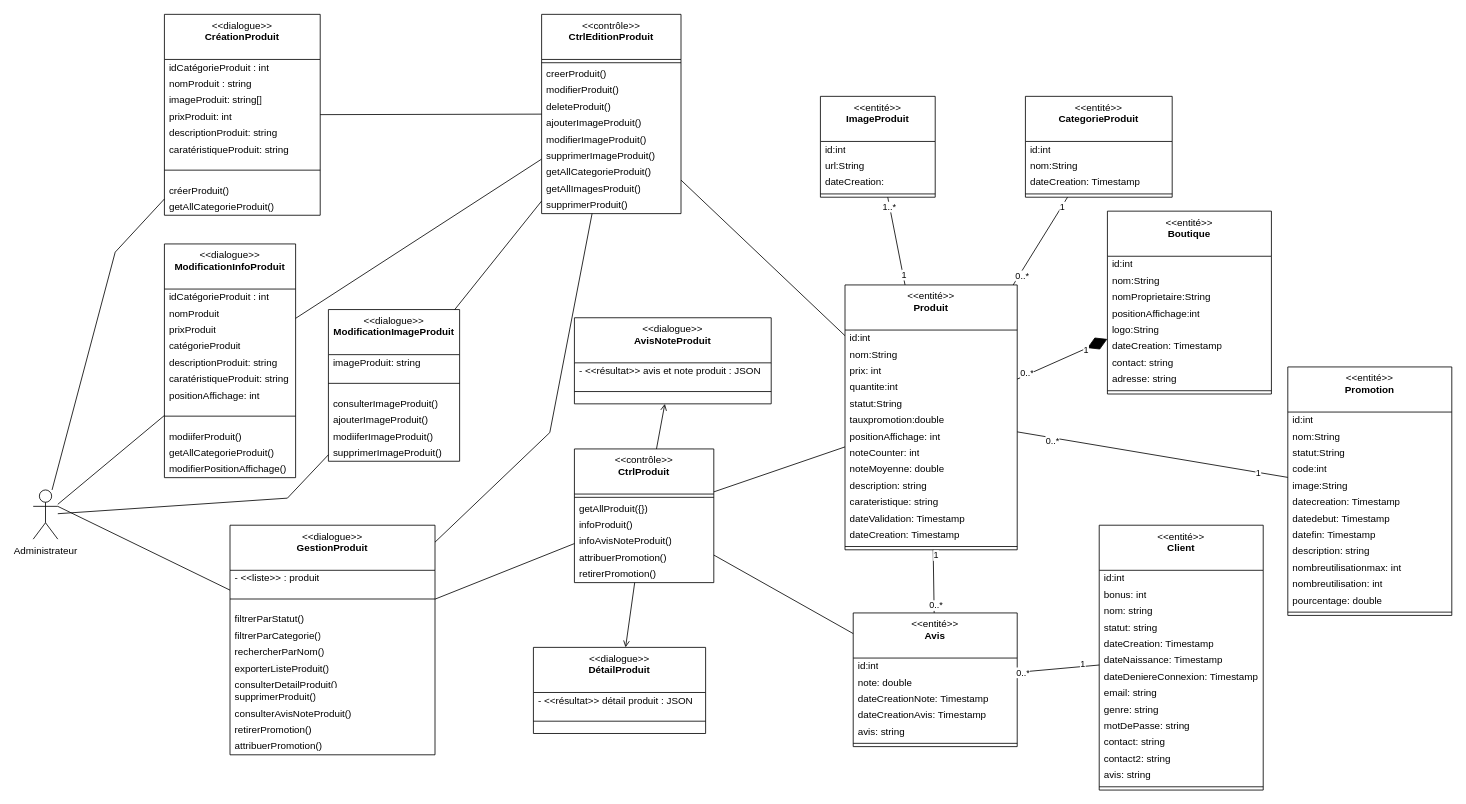
kbvac/Diagramme-UML keeps this draw.io diagram as page "DCP-2-GESTION-DES-UTLISATEURS" (9 of 9) of Diagramme cas d'utiilisation katina.drawio. Above is the earlier version. Source tidied: cells renumbered, new cells numbered last; positions are measured from the earlier drawing's top-left corner, leaving out a move shared by most shapes. Both pictures are drawn from the tidied source at 82%, with x=0, y=0 at pixel (33, 14).
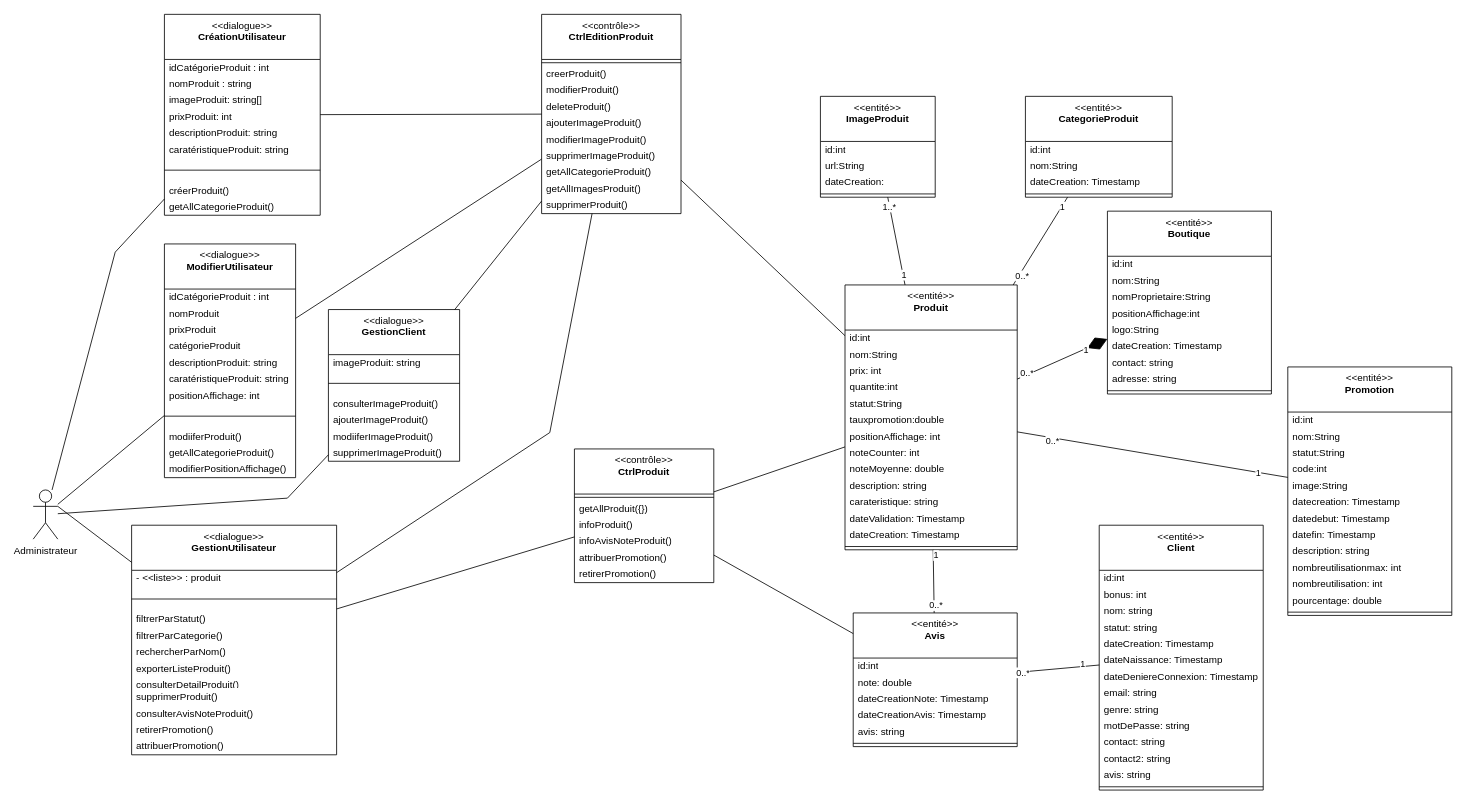
The same diagram, later.

Commit message (it also covers changes not shown here):
Mettre à jour Diagramme cas d'utiilisation katina.drawio

Unchanged cells that the change refers to:
```xml
<mxCell id="15" value="&amp;lt;&amp;lt;contrôle&amp;gt;&amp;gt;&lt;br&gt;&lt;b&gt;CtrlProduit&lt;/b&gt;" style="swimlane;fontStyle=0;align=center;verticalAlign=top;horizontal=1;startSize=55;html=1;whiteSpace=wrap;" parent="1" vertex="1">
  <mxGeometry x="660" y="530" width="170" height="163" as="geometry" />
</mxCell>
```

What changed in the source:
```diff
@@
-    <mxCell id="3" value="&amp;lt;&amp;lt;dialogue&amp;gt;&amp;gt;&lt;br&gt;&lt;b&gt;GestionProduit&lt;br&gt;&lt;/b&gt;" style="swimlane;fontStyle=0;align=center;verticalAlign=top;horizontal=1;startSize=55;html=1;whiteSpace=wrap;" parent="1" vertex="1">
-      <mxGeometry x="240" y="623" width="250" height="280" as="geometry" />
+    <mxCell id="3" value="&amp;lt;&amp;lt;dialogue&amp;gt;&amp;gt;&lt;br&gt;&lt;b&gt;GestionUtilisateur&lt;br&gt;&lt;/b&gt;" style="swimlane;fontStyle=0;align=center;verticalAlign=top;horizontal=1;startSize=55;html=1;whiteSpace=wrap;" parent="1" vertex="1">
+      <mxGeometry x="120" y="623" width="250" height="280" as="geometry" />
     </mxCell>
@@
-    <mxCell id="22" value="&amp;lt;&amp;lt;dialogue&amp;gt;&amp;gt;&lt;br&gt;&lt;b&gt;CréationProduit&lt;br&gt;&lt;br&gt;&lt;/b&gt;" style="swimlane;fontStyle=0;align=center;verticalAlign=top;horizontal=1;startSize=55;html=1;whiteSpace=wrap;" parent="1" vertex="1">
+    <mxCell id="22" value="&amp;lt;&amp;lt;dialogue&amp;gt;&amp;gt;&lt;br&gt;&lt;b&gt;CréationUtilisateur&lt;br&gt;&lt;br&gt;&lt;/b&gt;" style="swimlane;fontStyle=0;align=center;verticalAlign=top;horizontal=1;startSize=55;html=1;whiteSpace=wrap;" parent="1" vertex="1">
       <mxGeometry x="160" width="190" height="245" as="geometry" />
     </mxCell>
@@
-    <mxCell id="35" value="&amp;lt;&amp;lt;dialogue&amp;gt;&amp;gt;&lt;br&gt;&lt;b&gt;ModificationInfoProduit&lt;br&gt;&lt;/b&gt;" style="swimlane;fontStyle=0;align=center;verticalAlign=top;horizontal=1;startSize=55;html=1;whiteSpace=wrap;" parent="1" vertex="1">
+    <mxCell id="35" value="&amp;lt;&amp;lt;dialogue&amp;gt;&amp;gt;&lt;br&gt;&lt;b&gt;ModifierUtilisateur&lt;br&gt;&lt;/b&gt;" style="swimlane;fontStyle=0;align=center;verticalAlign=top;horizontal=1;startSize=55;html=1;whiteSpace=wrap;" parent="1" vertex="1">
       <mxGeometry x="160" y="280" width="160" height="285" as="geometry" />
     </mxCell>
@@
-    <mxCell id="86" value="&amp;lt;&amp;lt;dialogue&amp;gt;&amp;gt;&lt;br&gt;&lt;b&gt;DétailProduit&lt;br&gt;&lt;br&gt;&lt;/b&gt;" style="swimlane;fontStyle=0;align=center;verticalAlign=top;horizontal=1;startSize=55;html=1;whiteSpace=wrap;" parent="1" vertex="1">
-      <mxGeometry x="610" y="772" width="210" height="105" as="geometry" />
-    </mxCell>
-    <mxCell id="87" value="- &amp;lt;&amp;lt;résultat&amp;gt;&amp;gt; détail produit : JSON" style="text;html=1;strokeColor=none;fillColor=none;align=left;verticalAlign=middle;spacingLeft=4;spacingRight=4;overflow=hidden;whiteSpace=wrap;" parent="86" vertex="1">
-      <mxGeometry y="55" width="210" height="20" as="geometry" />
-    </mxCell>
-    <mxCell id="88" style="line;strokeWidth=1;fillColor=none;align=left;verticalAlign=middle;spacingTop=-1;spacingLeft=3;spacingRight=3;labelPosition=right;" parent="86" vertex="1">
-      <mxGeometry y="75" width="210" height="30" as="geometry" />
-    </mxCell>
-    <mxCell id="89" style="html=1;verticalAlign=bottom;labelBackgroundColor=none;endArrow=open;endFill=0;rounded=0;" parent="1" edge="1" source="15" target="86">
-      <mxGeometry relative="1" as="geometry" />
-    </mxCell>
-    <mxCell id="90" value="&amp;lt;&amp;lt;dialogue&amp;gt;&amp;gt;&lt;br&gt;&lt;b&gt;AvisNoteProduit&lt;br&gt;&lt;br&gt;&lt;/b&gt;" style="swimlane;fontStyle=0;align=center;verticalAlign=top;horizontal=1;startSize=55;html=1;whiteSpace=wrap;" parent="1" vertex="1">
-      <mxGeometry x="660" y="370" width="240" height="105" as="geometry" />
-    </mxCell>
-    <mxCell id="91" value="- &amp;lt;&amp;lt;résultat&amp;gt;&amp;gt; avis et note produit : JSON" style="text;html=1;strokeColor=none;fillColor=none;align=left;verticalAlign=middle;spacingLeft=4;spacingRight=4;overflow=hidden;whiteSpace=wrap;" parent="90" vertex="1">
-      <mxGeometry y="55" width="240" height="20" as="geometry" />
-    </mxCell>
-    <mxCell id="92" style="line;strokeWidth=1;fillColor=none;align=left;verticalAlign=middle;spacingTop=-1;spacingLeft=3;spacingRight=3;labelPosition=right;" parent="90" vertex="1">
-      <mxGeometry y="75" width="240" height="30" as="geometry" />
-    </mxCell>
-    <mxCell id="93" style="html=1;verticalAlign=bottom;labelBackgroundColor=none;endArrow=open;endFill=0;rounded=0;" parent="1" edge="1" source="15" target="90">
-      <mxGeometry relative="1" as="geometry" />
-    </mxCell>
@@
-    <mxCell id="106" value="&amp;lt;&amp;lt;dialogue&amp;gt;&amp;gt;&lt;br&gt;&lt;b&gt;ModificationImageProduit&lt;br&gt;&lt;/b&gt;" style="swimlane;fontStyle=0;align=center;verticalAlign=top;horizontal=1;startSize=55;html=1;whiteSpace=wrap;" parent="1" vertex="1">
+    <mxCell id="106" value="&amp;lt;&amp;lt;dialogue&amp;gt;&amp;gt;&lt;br&gt;&lt;b&gt;GestionClient&lt;br&gt;&lt;/b&gt;" style="swimlane;fontStyle=0;align=center;verticalAlign=top;horizontal=1;startSize=55;html=1;whiteSpace=wrap;" parent="1" vertex="1">
       <mxGeometry x="360" y="360" width="160" height="185" as="geometry" />
     </mxCell>
```
